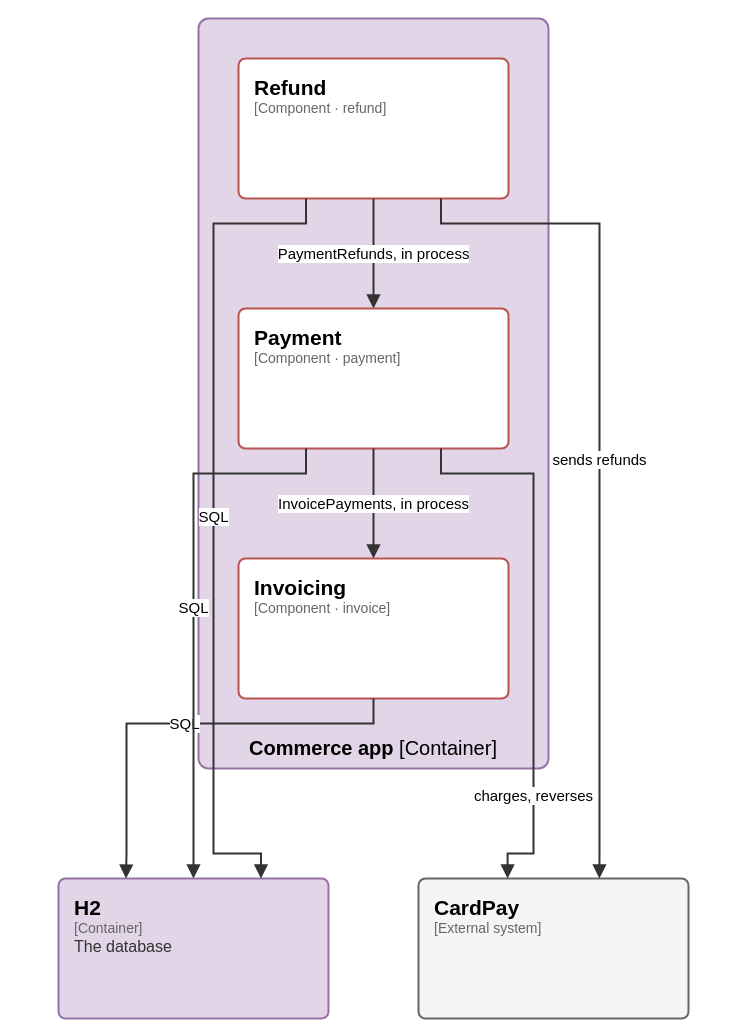
The draw.io diagram page "C4 3 - Components of Commerce app" (3 of 7) of docs/architecture/c4.drawio in elie29/partition-commerce, before the edit. Source tidied: cells renumbered, new cells numbered last; positions are measured from the earlier drawing's top-left corner, leaving out a move shared by most shapes. Both pictures are drawn from the tidied source at 100%, with x=0, y=0 at pixel (58, 18).
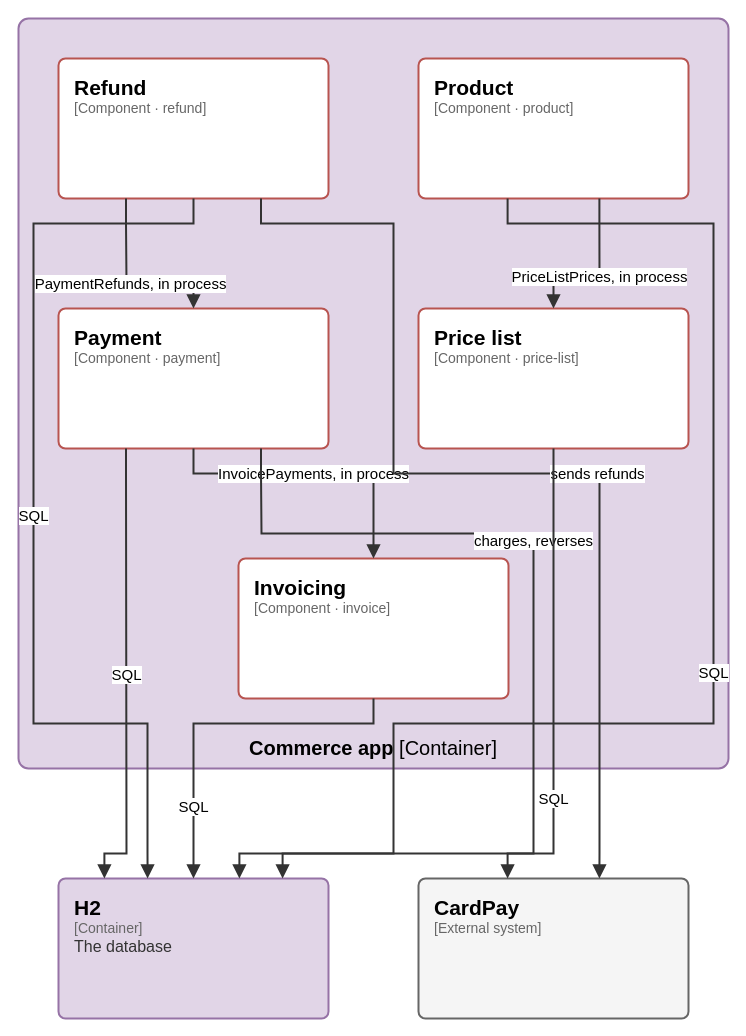
Above is the later version.

Unchanged cells that the change refers to:
```xml
<mxCell id="3" value="&lt;span style=&quot;font-size:21px;font-weight:600;color:#000000&quot;&gt;Invoicing&lt;/span&gt;&lt;br&gt;&lt;span style=&quot;font-family:IBM Plex Mono;font-size:14px;color:#666666&quot;&gt;[Component · invoice]&lt;/span&gt;" style="rounded=1;absoluteArcSize=1;arcSize=14;html=1;whiteSpace=wrap;fillColor=#ffffff;strokeColor=#b85450;strokeWidth=2;fontFamily=IBM Plex Sans;align=left;verticalAlign=top;spacingLeft=14;spacingRight=10;spacingTop=10;partition=aHuj8PVB3X;" parent="1" vertex="1">
  <mxGeometry x="180" y="540" width="270" height="140" as="geometry" />
</mxCell>
<mxCell id="6" value="&lt;span style=&quot;font-size:21px;font-weight:600;color:#000000&quot;&gt;H2&lt;/span&gt;&lt;br&gt;&lt;span style=&quot;font-family:IBM Plex Mono;font-size:14px;color:#666666&quot;&gt;[Container]&lt;/span&gt;&lt;br&gt;&lt;span style=&quot;font-size:16px;color:#333333;line-height:1.3&quot;&gt;The database&lt;/span&gt;" style="rounded=1;absoluteArcSize=1;arcSize=14;html=1;whiteSpace=wrap;fillColor=#e1d5e7;strokeColor=#9673a6;strokeWidth=2;fontFamily=IBM Plex Sans;align=left;verticalAlign=top;spacingLeft=14;spacingRight=10;spacingTop=10;partition=e1b4aq0M80;" parent="1" vertex="1">
  <mxGeometry y="860" width="270" height="140" as="geometry" />
</mxCell>
<mxCell id="7" value="&lt;span style=&quot;font-size:21px;font-weight:600;color:#000000&quot;&gt;CardPay&lt;/span&gt;&lt;br&gt;&lt;span style=&quot;font-family:IBM Plex Mono;font-size:14px;color:#666666&quot;&gt;[External system]&lt;/span&gt;" style="rounded=1;absoluteArcSize=1;arcSize=14;html=1;whiteSpace=wrap;fillColor=#f5f5f5;strokeColor=#666666;strokeWidth=2;fontFamily=IBM Plex Sans;align=left;verticalAlign=top;spacingLeft=14;spacingRight=10;spacingTop=10;partition=U8ZHIrmfT8;" parent="1" vertex="1">
  <mxGeometry x="360" y="860" width="270" height="140" as="geometry" />
</mxCell>
```

What changed in the source:
```diff
@@
-    <mxCell id="2" value="&lt;b&gt;Commerce app&lt;/b&gt; [Container]" style="rounded=1;absoluteArcSize=1;arcSize=20;html=1;whiteSpace=wrap;fillColor=#e1d5e7;strokeColor=#9673a6;strokeWidth=2;fontFamily=IBM Plex Sans;fontSize=20;verticalAlign=bottom;spacingTop=6;spacingBottom=6;partition=5Ujj1fKCER;" parent="1" vertex="1">
-      <mxGeometry x="140" width="350" height="750" as="geometry" />
+    <mxCell id="2" value="&lt;b&gt;Commerce app&lt;/b&gt; [Container]" style="rounded=1;absoluteArcSize=1;arcSize=20;html=1;whiteSpace=wrap;fillColor=#e1d5e7;strokeColor=#9673a6;strokeWidth=2;fontFamily=IBM Plex Sans;fontSize=20;verticalAlign=bottom;spacingTop=6;spacingBottom=6;partition=WiMw_uiSeL;" parent="1" vertex="1">
+      <mxGeometry x="-40" width="710" height="750" as="geometry" />
     </mxCell>
@@
-    <mxCell id="4" value="&lt;span style=&quot;font-size:21px;font-weight:600;color:#000000&quot;&gt;Payment&lt;/span&gt;&lt;br&gt;&lt;span style=&quot;font-family:IBM Plex Mono;font-size:14px;color:#666666&quot;&gt;[Component · payment]&lt;/span&gt;" style="rounded=1;absoluteArcSize=1;arcSize=14;html=1;whiteSpace=wrap;fillColor=#ffffff;strokeColor=#b85450;strokeWidth=2;fontFamily=IBM Plex Sans;align=left;verticalAlign=top;spacingLeft=14;spacingRight=10;spacingTop=10;partition=NwpGBdmDzl;" parent="1" vertex="1">
-      <mxGeometry x="180" y="290" width="270" height="140" as="geometry" />
+    <mxCell id="4" value="&lt;span style=&quot;font-size:21px;font-weight:600;color:#000000&quot;&gt;Payment&lt;/span&gt;&lt;br&gt;&lt;span style=&quot;font-family:IBM Plex Mono;font-size:14px;color:#666666&quot;&gt;[Component · payment]&lt;/span&gt;" style="rounded=1;absoluteArcSize=1;arcSize=14;html=1;whiteSpace=wrap;fillColor=#ffffff;strokeColor=#b85450;strokeWidth=2;fontFamily=IBM Plex Sans;align=left;verticalAlign=top;spacingLeft=14;spacingRight=10;spacingTop=10;partition=y_rMypuNCB;" parent="1" vertex="1">
+      <mxGeometry y="290" width="270" height="140" as="geometry" />
     </mxCell>
-    <mxCell id="5" value="&lt;span style=&quot;font-size:21px;font-weight:600;color:#000000&quot;&gt;Refund&lt;/span&gt;&lt;br&gt;&lt;span style=&quot;font-family:IBM Plex Mono;font-size:14px;color:#666666&quot;&gt;[Component · refund]&lt;/span&gt;" style="rounded=1;absoluteArcSize=1;arcSize=14;html=1;whiteSpace=wrap;fillColor=#ffffff;strokeColor=#b85450;strokeWidth=2;fontFamily=IBM Plex Sans;align=left;verticalAlign=top;spacingLeft=14;spacingRight=10;spacingTop=10;partition=rwtB4VHL-5;" parent="1" vertex="1">
-      <mxGeometry x="180" y="40" width="270" height="140" as="geometry" />
+    <mxCell id="5" value="&lt;span style=&quot;font-size:21px;font-weight:600;color:#000000&quot;&gt;Refund&lt;/span&gt;&lt;br&gt;&lt;span style=&quot;font-family:IBM Plex Mono;font-size:14px;color:#666666&quot;&gt;[Component · refund]&lt;/span&gt;" style="rounded=1;absoluteArcSize=1;arcSize=14;html=1;whiteSpace=wrap;fillColor=#ffffff;strokeColor=#b85450;strokeWidth=2;fontFamily=IBM Plex Sans;align=left;verticalAlign=top;spacingLeft=14;spacingRight=10;spacingTop=10;partition=OoiQrNIVBC;" parent="1" vertex="1">
+      <mxGeometry y="40" width="270" height="140" as="geometry" />
     </mxCell>
+    <mxCell id="15" value="&lt;span style=&quot;font-size:21px;font-weight:600;color:#000000&quot;&gt;Product&lt;/span&gt;&lt;br&gt;&lt;span style=&quot;font-family:IBM Plex Mono;font-size:14px;color:#666666&quot;&gt;[Component · product]&lt;/span&gt;" style="rounded=1;absoluteArcSize=1;arcSize=14;html=1;whiteSpace=wrap;fillColor=#ffffff;strokeColor=#b85450;strokeWidth=2;fontFamily=IBM Plex Sans;align=left;verticalAlign=top;spacingLeft=14;spacingRight=10;spacingTop=10;partition=eIuSdzb2dt;" parent="1" vertex="1">
+      <mxGeometry x="360" y="40" width="270" height="140" as="geometry" />
+    </mxCell>
+    <mxCell id="16" value="&lt;span style=&quot;font-size:21px;font-weight:600;color:#000000&quot;&gt;Price list&lt;/span&gt;&lt;br&gt;&lt;span style=&quot;font-family:IBM Plex Mono;font-size:14px;color:#666666&quot;&gt;[Component · price-list]&lt;/span&gt;" style="rounded=1;absoluteArcSize=1;arcSize=14;html=1;whiteSpace=wrap;fillColor=#ffffff;strokeColor=#b85450;strokeWidth=2;fontFamily=IBM Plex Sans;align=left;verticalAlign=top;spacingLeft=14;spacingRight=10;spacingTop=10;partition=90L3m2ZFFY;" parent="1" vertex="1">
+      <mxGeometry x="360" y="290" width="270" height="140" as="geometry" />
+    </mxCell>
@@
-    <mxCell id="8" value="SQL" style="edgeStyle=orthogonalEdgeStyle;rounded=0;html=1;endArrow=block;endFill=1;endSize=9;strokeColor=#333333;strokeWidth=2;fontFamily=IBM Plex Sans;fontSize=15;fontColor=#000000;labelBackgroundColor=#FFFFFF;spacing=3;exitX=0.5;exitY=1;exitPerimeter=0;entryX=0.25;entryY=0;entryPerimeter=0;partition=5TQSei5ONI;" parent="1" edge="1" source="3" target="6">
-      <mxGeometry relative="1" as="geometry">
+    <mxCell id="8" value="SQL" style="edgeStyle=orthogonalEdgeStyle;rounded=0;html=1;endArrow=block;endFill=1;endSize=9;strokeColor=#333333;strokeWidth=2;fontFamily=IBM Plex Sans;fontSize=15;fontColor=#000000;labelBackgroundColor=#FFFFFF;spacing=3;exitX=0.5;exitY=1;exitPerimeter=0;entryX=0.5;entryY=0;entryPerimeter=0;partition=wWYtspkVq2;" parent="1" edge="1" source="3" target="6">
+      <mxGeometry x="0.6" relative="1" as="geometry">
         <Array as="points">
           <mxPoint x="315" y="705" />
-          <mxPoint x="68" y="705" />
-          <mxPoint x="68" y="835" />
+          <mxPoint x="135" y="705" />
+          <mxPoint x="135" y="835" />
         </Array>
       </mxGeometry>
     </mxCell>
-    <mxCell id="9" value="InvoicePayments, in process" style="edgeStyle=orthogonalEdgeStyle;rounded=0;html=1;endArrow=block;endFill=1;endSize=9;strokeColor=#333333;strokeWidth=2;fontFamily=IBM Plex Sans;fontSize=15;fontColor=#000000;labelBackgroundColor=#FFFFFF;spacing=3;exitX=0.5;exitY=1;exitPerimeter=0;entryX=0.5;entryY=0;entryPerimeter=0;partition=6OSdNt9FWn;" parent="1" edge="1" source="4" target="3">
+    <mxCell id="9" value="InvoicePayments, in process" style="edgeStyle=orthogonalEdgeStyle;rounded=0;html=1;endArrow=block;endFill=1;endSize=9;strokeColor=#333333;strokeWidth=2;fontFamily=IBM Plex Sans;fontSize=15;fontColor=#000000;labelBackgroundColor=#FFFFFF;spacing=3;exitX=0.5;exitY=1;exitPerimeter=0;entryX=0.5;entryY=0;entryPerimeter=0;partition=CX_quJdHdb;" parent="1" edge="1" source="4" target="3">
       <mxGeometry relative="1" as="geometry">
         <Array as="points">
+          <mxPoint x="135" y="455" />
           <mxPoint x="315" y="455" />
           <mxPoint x="315" y="515" />
         </Array>
       </mxGeometry>
     </mxCell>
-    <mxCell id="10" value="SQL" style="edgeStyle=orthogonalEdgeStyle;rounded=0;html=1;endArrow=block;endFill=1;endSize=9;strokeColor=#333333;strokeWidth=2;fontFamily=IBM Plex Sans;fontSize=15;fontColor=#000000;labelBackgroundColor=#FFFFFF;spacing=3;exitX=0.25;exitY=1;exitPerimeter=0;entryX=0.5;entryY=0;entryPerimeter=0;partition=dhFIR5k9Zv;" parent="1" edge="1" source="4" target="6">
+    <mxCell id="10" value="SQL" style="edgeStyle=orthogonalEdgeStyle;rounded=0;html=1;endArrow=block;endFill=1;endSize=9;strokeColor=#333333;strokeWidth=2;fontFamily=IBM Plex Sans;fontSize=15;fontColor=#000000;labelBackgroundColor=#FFFFFF;spacing=3;exitX=0.25;exitY=1;exitPerimeter=0;entryX=0.17;entryY=0;entryPerimeter=0;partition=vk7VeqgjbY;" parent="1" edge="1" source="4" target="6">
       <mxGeometry relative="1" as="geometry">
         <Array as="points">
-          <mxPoint x="248" y="455" />
-          <mxPoint x="135" y="455" />
-          <mxPoint x="135" y="835" />
+          <mxPoint x="68" y="455" />
+          <mxPoint x="68" y="835" />
+          <mxPoint x="46" y="835" />
         </Array>
       </mxGeometry>
     </mxCell>
-    <mxCell id="11" value="charges, reverses" style="edgeStyle=orthogonalEdgeStyle;rounded=0;html=1;endArrow=block;endFill=1;endSize=9;strokeColor=#333333;strokeWidth=2;fontFamily=IBM Plex Sans;fontSize=15;fontColor=#000000;labelBackgroundColor=#FFFFFF;spacing=3;exitX=0.75;exitY=1;exitPerimeter=0;entryX=0.33;entryY=0;entryPerimeter=0;partition=kfptY8MYwu;" parent="1" edge="1" source="4" target="7">
-      <mxGeometry x="0.6" relative="1" as="geometry">
+    <mxCell id="11" value="charges, reverses" style="edgeStyle=orthogonalEdgeStyle;rounded=0;html=1;endArrow=block;endFill=1;endSize=9;strokeColor=#333333;strokeWidth=2;fontFamily=IBM Plex Sans;fontSize=15;fontColor=#000000;labelBackgroundColor=#FFFFFF;spacing=3;exitX=0.75;exitY=1;exitPerimeter=0;entryX=0.33;entryY=0;entryPerimeter=0;partition=pzPzNKo-So;" parent="1" edge="1" source="4" target="7">
+      <mxGeometry relative="1" as="geometry">
         <Array as="points">
-          <mxPoint x="383" y="455" />
-          <mxPoint x="475" y="455" />
+          <mxPoint x="203" y="455" />
+          <mxPoint x="203" y="515" />
+          <mxPoint x="475" y="515" />
           <mxPoint x="475" y="835" />
           <mxPoint x="449" y="835" />
         </Array>
       </mxGeometry>
     </mxCell>
-    <mxCell id="12" value="PaymentRefunds, in process" style="edgeStyle=orthogonalEdgeStyle;rounded=0;html=1;endArrow=block;endFill=1;endSize=9;strokeColor=#333333;strokeWidth=2;fontFamily=IBM Plex Sans;fontSize=15;fontColor=#000000;labelBackgroundColor=#FFFFFF;spacing=3;exitX=0.5;exitY=1;exitPerimeter=0;entryX=0.5;entryY=0;entryPerimeter=0;partition=1YEl2DaKqo;" parent="1" edge="1" source="5" target="4">
+    <mxCell id="12" value="PaymentRefunds, in process" style="edgeStyle=orthogonalEdgeStyle;rounded=0;html=1;endArrow=block;endFill=1;endSize=9;strokeColor=#333333;strokeWidth=2;fontFamily=IBM Plex Sans;fontSize=15;fontColor=#000000;labelBackgroundColor=#FFFFFF;spacing=3;exitX=0.25;exitY=1;exitPerimeter=0;entryX=0.5;entryY=0;entryPerimeter=0;partition=F7felk6Ewb;" parent="1" edge="1" source="5" target="4">
       <mxGeometry relative="1" as="geometry">
         <Array as="points">
-          <mxPoint x="315" y="205" />
-          <mxPoint x="315" y="265" />
+          <mxPoint x="68" y="205" />
+          <mxPoint x="68" y="265" />
+          <mxPoint x="135" y="265" />
         </Array>
       </mxGeometry>
     </mxCell>
-    <mxCell id="13" value="SQL" style="edgeStyle=orthogonalEdgeStyle;rounded=0;html=1;endArrow=block;endFill=1;endSize=9;strokeColor=#333333;strokeWidth=2;fontFamily=IBM Plex Sans;fontSize=15;fontColor=#000000;labelBackgroundColor=#FFFFFF;spacing=3;exitX=0.25;exitY=1;exitPerimeter=0;entryX=0.75;entryY=0;entryPerimeter=0;partition=6F-cohUFX_;" parent="1" edge="1" source="5" target="6">
+    <mxCell id="13" value="SQL" style="edgeStyle=orthogonalEdgeStyle;rounded=0;html=1;endArrow=block;endFill=1;endSize=9;strokeColor=#333333;strokeWidth=2;fontFamily=IBM Plex Sans;fontSize=15;fontColor=#000000;labelBackgroundColor=#FFFFFF;spacing=3;exitX=0.5;exitY=1;exitPerimeter=0;entryX=0.33;entryY=0;entryPerimeter=0;partition=NIe-k54SYg;" parent="1" edge="1" source="5" target="6">
       <mxGeometry relative="1" as="geometry">
         <Array as="points">
-          <mxPoint x="248" y="205" />
-          <mxPoint x="155" y="205" />
-          <mxPoint x="155" y="835" />
-          <mxPoint x="203" y="835" />
+          <mxPoint x="135" y="205" />
+          <mxPoint x="-25" y="205" />
+          <mxPoint x="-25" y="705" />
+          <mxPoint x="89" y="705" />
+          <mxPoint x="89" y="835" />
         </Array>
       </mxGeometry>
     </mxCell>
-    <mxCell id="14" value="sends refunds" style="edgeStyle=orthogonalEdgeStyle;rounded=0;html=1;endArrow=block;endFill=1;endSize=9;strokeColor=#333333;strokeWidth=2;fontFamily=IBM Plex Sans;fontSize=15;fontColor=#000000;labelBackgroundColor=#FFFFFF;spacing=3;exitX=0.75;exitY=1;exitPerimeter=0;entryX=0.67;entryY=0;entryPerimeter=0;partition=xrp9pGp3Kw;" parent="1" edge="1" source="5" target="7">
-      <mxGeometry relative="1" as="geometry">
+    <mxCell id="14" value="sends refunds" style="edgeStyle=orthogonalEdgeStyle;rounded=0;html=1;endArrow=block;endFill=1;endSize=9;strokeColor=#333333;strokeWidth=2;fontFamily=IBM Plex Sans;fontSize=15;fontColor=#000000;labelBackgroundColor=#FFFFFF;spacing=3;exitX=0.75;exitY=1;exitPerimeter=0;entryX=0.67;entryY=0;entryPerimeter=0;partition=Kzxusog7UF;" parent="1" edge="1" source="5" target="7">
+      <mxGeometry x="0.2" relative="1" as="geometry">
         <Array as="points">
-          <mxPoint x="383" y="205" />
-          <mxPoint x="541" y="205" />
+          <mxPoint x="203" y="205" />
+          <mxPoint x="335" y="205" />
+          <mxPoint x="335" y="455" />
+          <mxPoint x="541" y="455" />
           <mxPoint x="541" y="835" />
         </Array>
       </mxGeometry>
     </mxCell>
+    <mxCell id="17" value="SQL" style="edgeStyle=orthogonalEdgeStyle;rounded=0;html=1;endArrow=block;endFill=1;endSize=9;strokeColor=#333333;strokeWidth=2;fontFamily=IBM Plex Sans;fontSize=15;fontColor=#000000;labelBackgroundColor=#FFFFFF;spacing=3;exitX=0.33;exitY=1;exitPerimeter=0;entryX=0.67;entryY=0;entryPerimeter=0;partition=fPyvgeuaQO;" parent="1" edge="1" source="15" target="6">
+      <mxGeometry relative="1" as="geometry">
+        <Array as="points">
+          <mxPoint x="449" y="205" />
+          <mxPoint x="655" y="205" />
+          <mxPoint x="655" y="705" />
+          <mxPoint x="335" y="705" />
+          <mxPoint x="335" y="835" />
+          <mxPoint x="181" y="835" />
+        </Array>
+      </mxGeometry>
+    </mxCell>
+    <mxCell id="18" value="PriceListPrices, in process" style="edgeStyle=orthogonalEdgeStyle;rounded=0;html=1;endArrow=block;endFill=1;endSize=9;strokeColor=#333333;strokeWidth=2;fontFamily=IBM Plex Sans;fontSize=15;fontColor=#000000;labelBackgroundColor=#FFFFFF;spacing=3;exitX=0.67;exitY=1;exitPerimeter=0;entryX=0.5;entryY=0;entryPerimeter=0;partition=oVLzZpGxsq;" parent="1" edge="1" source="15" target="16">
+      <mxGeometry relative="1" as="geometry">
+        <Array as="points">
+          <mxPoint x="541" y="205" />
+          <mxPoint x="541" y="265" />
+          <mxPoint x="495" y="265" />
+        </Array>
+      </mxGeometry>
+    </mxCell>
+    <mxCell id="19" value="SQL" style="edgeStyle=orthogonalEdgeStyle;rounded=0;html=1;endArrow=block;endFill=1;endSize=9;strokeColor=#333333;strokeWidth=2;fontFamily=IBM Plex Sans;fontSize=15;fontColor=#000000;labelBackgroundColor=#FFFFFF;spacing=3;exitX=0.5;exitY=1;exitPerimeter=0;entryX=0.83;entryY=0;entryPerimeter=0;partition=_qLNzZr4Ui;" parent="1" edge="1" source="16" target="6">
+      <mxGeometry relative="1" as="geometry">
+        <Array as="points">
+          <mxPoint x="495" y="455" />
+          <mxPoint x="495" y="835" />
+          <mxPoint x="224" y="835" />
+        </Array>
+      </mxGeometry>
+    </mxCell>
```
